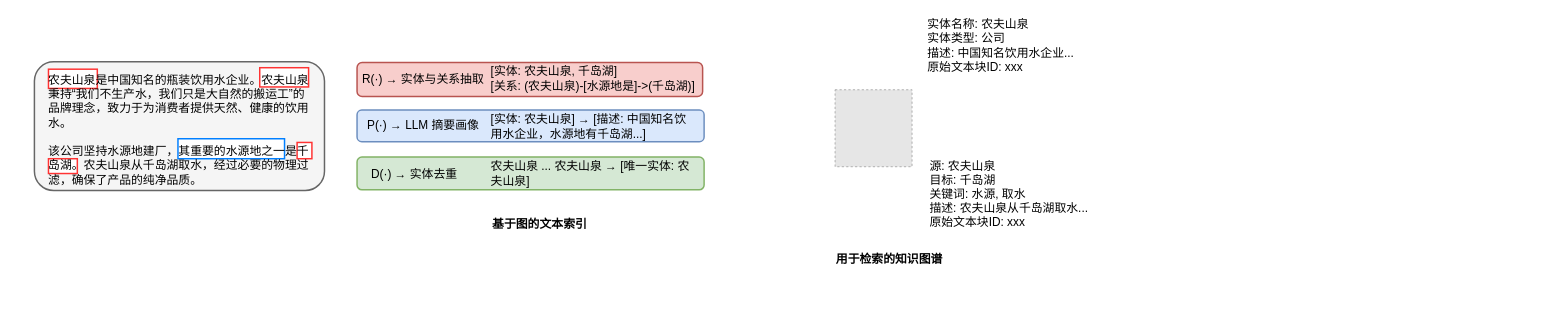
Earlier version of the draw.io diagram diagrams/overall_architecture_of_the_lightrag_framework.drawio (real-jiakai/draw). Source tidied: cells renumbered, new cells numbered last; positions are measured from the earlier drawing's top-left corner, leaving out a move shared by most shapes. Both pictures are drawn from the tidied source at 74%, with x=0, y=0 at pixel (34, 13). Pictures stored in the file or linked from it are replaced by grey dashed boxes.
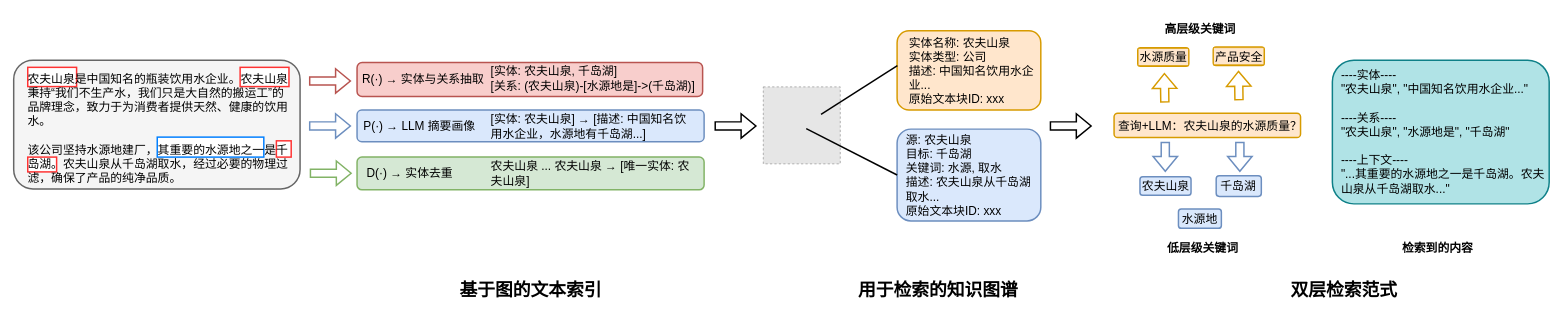
After the change.

Change to the diagram source:
```diff
@@
+    <mxCell id="23" style="rounded=1;whiteSpace=wrap;html=1;fillColor=#b0e3e6;strokeColor=#0e8088;strokeWidth=2;" parent="1" vertex="1">
+      <mxGeometry x="1754" y="64" width="293" height="194" as="geometry" />
+    </mxCell>
+    <mxCell id="24" style="rounded=1;whiteSpace=wrap;html=1;fillColor=#dae8fc;strokeColor=#6c8ebf;strokeWidth=2;" parent="1" vertex="1">
+      <mxGeometry x="1494" y="221.5" width="69" height="25" as="geometry" />
+    </mxCell>
+    <mxCell id="25" style="rounded=1;whiteSpace=wrap;html=1;fillColor=#ffe6cc;strokeColor=#d79b00;strokeWidth=2;" parent="1" vertex="1">
+      <mxGeometry x="1459" y="135.4" width="252" height="33" as="geometry" />
+    </mxCell>
+    <mxCell id="26" style="rounded=1;whiteSpace=wrap;html=1;fillColor=#dae8fc;strokeColor=#6c8ebf;strokeWidth=2;" parent="1" vertex="1">
+      <mxGeometry x="1165.8" y="157" width="194.2" height="124" as="geometry" />
+    </mxCell>
+    <mxCell id="27" style="rounded=1;whiteSpace=wrap;html=1;fillColor=#ffe6cc;strokeColor=#d79b00;strokeWidth=2;" parent="1" vertex="1">
+      <mxGeometry x="1165.8" y="24.2" width="194.2" height="107" as="geometry" />
+    </mxCell>
@@
     <mxCell id="5" style="rounded=1;whiteSpace=wrap;html=1;fillColor=#f5f5f5;fontColor=#333333;strokeColor=#666666;strokeWidth=2;" parent="1" vertex="1">
-      <mxGeometry y="66" width="392" height="174" as="geometry" />
+      <mxGeometry x="-28" y="63.8" width="387" height="174" as="geometry" />
     </mxCell>
     <mxCell id="6" style="rounded=0;whiteSpace=wrap;html=1;strokeColor=#007FFF;strokeWidth=2;" parent="1" vertex="1">
-      <mxGeometry x="194" y="170" width="144" height="27" as="geometry" />
+      <mxGeometry x="166" y="167.8" width="144" height="27" as="geometry" />
     </mxCell>
     <mxCell id="7" style="rounded=0;whiteSpace=wrap;html=1;strokeColor=#FF3333;strokeWidth=2;" parent="1" vertex="1">
-      <mxGeometry x="19" y="197" width="39" height="20" as="geometry" />
+      <mxGeometry x="-9" y="194.8" width="39" height="20" as="geometry" />
     </mxCell>
     <mxCell id="8" style="rounded=0;whiteSpace=wrap;html=1;strokeColor=#FF3333;strokeWidth=2;" parent="1" vertex="1">
-      <mxGeometry x="355" y="175" width="20" height="22" as="geometry" />
+      <mxGeometry x="327" y="172.8" width="20" height="22" as="geometry" />
     </mxCell>
     <mxCell id="9" style="rounded=0;whiteSpace=wrap;html=1;strokeColor=#FF3333;strokeWidth=2;" parent="1" vertex="1">
-      <mxGeometry x="304.5" y="74" width="66" height="26" as="geometry" />
+      <mxGeometry x="278" y="73.5" width="66" height="26" as="geometry" />
     </mxCell>
     <mxCell id="10" style="rounded=0;whiteSpace=wrap;html=1;strokeColor=#FF3333;strokeWidth=2;" parent="1" vertex="1">
-      <mxGeometry x="19" y="76" width="66" height="26" as="geometry" />
+      <mxGeometry x="-9" y="73.5" width="66" height="26" as="geometry" />
     </mxCell>
     <mxCell id="11" value="&lt;span style=&quot;font-size: 16px;&quot;&gt;农夫山泉是中国知名的瓶装饮用水企业。农夫山泉秉持“我们不生产水，我们只是大自然的搬运工”的品牌理念，致力于为消费者提供天然、健康的饮用水。&lt;/span&gt;&lt;div&gt;&lt;span style=&quot;font-size: 16px;&quot;&gt;&lt;br&gt;&lt;/span&gt;&lt;/div&gt;&lt;div&gt;&lt;span style=&quot;font-size: 16px;&quot;&gt;该公司坚持水源地建厂，其重要的水源地之一是千岛湖。农夫山泉从千岛湖取水，经过必要的物理过滤，确保了产品的纯净品质。&lt;/span&gt;&lt;/div&gt;" style="text;html=1;align=left;verticalAlign=middle;whiteSpace=wrap;rounded=0;" parent="1" vertex="1">
-      <mxGeometry x="17" y="83" width="358" height="150" as="geometry" />
+      <mxGeometry x="-11" y="80.8" width="358" height="150" as="geometry" />
     </mxCell>
@@
     <mxCell id="14" value="&lt;span style=&quot;font-size: 16px;&quot;&gt;P(·) → LLM 摘要画像&lt;/span&gt;" style="text;html=1;align=center;verticalAlign=middle;whiteSpace=wrap;rounded=0;" parent="1" vertex="1">
-      <mxGeometry x="436" y="135.8" width="179" height="30" as="geometry" />
+      <mxGeometry x="441" y="137.6" width="159" height="30" as="geometry" />
     </mxCell>
@@
     <mxCell id="16" value="&lt;span style=&quot;font-size: 16px;&quot;&gt;D(·) → 实体去重&lt;/span&gt;" style="text;html=1;align=center;verticalAlign=middle;whiteSpace=wrap;rounded=0;" parent="1" vertex="1">
-      <mxGeometry x="447" y="201.9" width="133" height="30" as="geometry" />
+      <mxGeometry x="441" y="200.8" width="133" height="30" as="geometry" />
     </mxCell>
@@
-    <mxCell id="18" value="&lt;font style=&quot;font-size: 16px;&quot;&gt;&lt;b&gt;基于图的文本索引&lt;/b&gt;&lt;/font&gt;" style="text;html=1;align=center;verticalAlign=middle;whiteSpace=wrap;rounded=0;" parent="1" vertex="1">
-      <mxGeometry x="616.5" y="269" width="131.5" height="31" as="geometry" />
+    <mxCell id="18" value="&lt;font style=&quot;font-size: 24px;&quot;&gt;&lt;b style=&quot;&quot;&gt;基于图的文本索引&lt;/b&gt;&lt;/font&gt;" style="text;html=1;align=center;verticalAlign=middle;whiteSpace=wrap;rounded=0;" parent="1" vertex="1">
+      <mxGeometry x="570.5" y="359" width="200" height="31" as="geometry" />
     </mxCell>
     <mxCell id="19" style="fillColor=#E6E6E6;strokeColor=#999999;dashed=1;verticalLabelPosition=bottom;labelBackgroundColor=default;verticalAlign=top;" parent="1" vertex="1">
-      <mxGeometry x="1082" y="103.8" width="104" height="104" as="geometry" />
+      <mxGeometry x="985" y="99.9" width="104" height="104" as="geometry" />
     </mxCell>
     <mxCell id="20" value="&lt;div&gt;&lt;span style=&quot;font-size: 16px;&quot;&gt;实体名称: 农夫山泉&lt;/span&gt;&lt;/div&gt;&lt;div&gt;&lt;span style=&quot;font-size: 16px;&quot;&gt;实体类型: 公司&lt;/span&gt;&lt;/div&gt;&lt;div&gt;&lt;span style=&quot;font-size: 16px;&quot;&gt;描述: 中国知名饮用水企业...&lt;/span&gt;&lt;/div&gt;&lt;div&gt;&lt;span style=&quot;font-size: 16px;&quot;&gt;原始文本块ID: xxx&lt;/span&gt;&lt;/div&gt;" style="text;html=1;align=left;verticalAlign=middle;whiteSpace=wrap;rounded=0;" parent="1" vertex="1">
-      <mxGeometry x="1205" width="224" height="87" as="geometry" />
+      <mxGeometry x="1180.1" y="34.2" width="188.2" height="87" as="geometry" />
     </mxCell>
     <mxCell id="21" value="&lt;div&gt;&lt;span style=&quot;font-size: 16px;&quot;&gt;源: 农夫山泉&lt;/span&gt;&lt;/div&gt;&lt;div&gt;&lt;span style=&quot;font-size: 16px;&quot;&gt;目标: 千岛湖&lt;/span&gt;&lt;/div&gt;&lt;div&gt;&lt;span style=&quot;font-size: 16px;&quot;&gt;关键词: 水源, 取水&lt;/span&gt;&lt;/div&gt;&lt;div&gt;&lt;span style=&quot;font-size: 16px;&quot;&gt;描述: 农夫山泉从千岛湖取水...&lt;/span&gt;&lt;/div&gt;&lt;div&gt;&lt;span style=&quot;font-size: 16px;&quot;&gt;原始文本块ID: xxx&lt;/span&gt;&lt;/div&gt;" style="text;html=1;align=left;verticalAlign=middle;whiteSpace=wrap;rounded=0;" parent="1" vertex="1">
-      <mxGeometry x="1208" y="190" width="226" height="110" as="geometry" />
+      <mxGeometry x="1176" y="164" width="172" height="110" as="geometry" />
     </mxCell>
-    <mxCell id="22" value="&lt;span style=&quot;font-size: 16px;&quot;&gt;&lt;b&gt;用于检索的知识图谱&lt;/b&gt;&lt;/span&gt;" style="text;html=1;align=center;verticalAlign=middle;whiteSpace=wrap;rounded=0;" parent="1" vertex="1">
-      <mxGeometry x="1077" y="317" width="157" height="31" as="geometry" />
+    <mxCell id="22" value="&lt;b style=&quot;&quot;&gt;&lt;font style=&quot;font-size: 24px;&quot;&gt;用于检索的知识图谱&lt;/font&gt;&lt;/b&gt;" style="text;html=1;align=center;verticalAlign=middle;whiteSpace=wrap;rounded=0;" parent="1" vertex="1">
+      <mxGeometry x="1111" y="359" width="221" height="31" as="geometry" />
     </mxCell>
+    <mxCell id="28" style="endArrow=none;html=1;rounded=0;entryX=0.002;entryY=0.439;entryDx=0;entryDy=0;strokeWidth=2;entryPerimeter=0;" parent="1" edge="1" target="27">
+      <mxGeometry relative="1" as="geometry">
+        <mxPoint x="1063" y="137.1" as="sourcePoint" />
+      </mxGeometry>
+    </mxCell>
+    <mxCell id="29" style="endArrow=none;html=1;rounded=0;entryX=0;entryY=0.5;entryDx=0;entryDy=0;strokeWidth=2;" parent="1" edge="1" target="26">
+      <mxGeometry relative="1" as="geometry">
+        <mxPoint x="1043" y="156.4" as="sourcePoint" />
+      </mxGeometry>
+    </mxCell>
+    <mxCell id="30" value="&lt;b style=&quot;&quot;&gt;&lt;font style=&quot;font-size: 24px;&quot;&gt;双层检索范式&lt;/font&gt;&lt;/b&gt;" style="text;html=1;align=center;verticalAlign=middle;whiteSpace=wrap;rounded=0;" parent="1" vertex="1">
+      <mxGeometry x="1672" y="359" width="196" height="31" as="geometry" />
+    </mxCell>
+    <mxCell id="31" value="&lt;font style=&quot;font-size: 16px;&quot;&gt;查询+LLM：农夫山泉的水源质量？&lt;/font&gt;" style="text;html=1;align=center;verticalAlign=middle;whiteSpace=wrap;rounded=0;" parent="1" vertex="1">
+      <mxGeometry x="1463" y="140.6" width="252" height="23" as="geometry" />
+    </mxCell>
+    <mxCell id="32" value="&lt;span style=&quot;font-size: 16px;&quot;&gt;&lt;b&gt;低层级关键词&lt;/b&gt;&lt;/span&gt;" style="text;html=1;align=center;verticalAlign=middle;whiteSpace=wrap;rounded=0;" parent="1" vertex="1">
+      <mxGeometry x="1528" y="306" width="102" height="23" as="geometry" />
+    </mxCell>
+    <mxCell id="33" value="&lt;span style=&quot;font-size: 16px;&quot;&gt;农夫山泉&lt;/span&gt;" style="text;html=1;align=center;verticalAlign=middle;whiteSpace=wrap;rounded=0;" parent="1" vertex="1">
+      <mxGeometry x="1494.5" y="222.5" width="68" height="23" as="geometry" />
+    </mxCell>
+    <mxCell id="34" value="&lt;span style=&quot;font-size: 16px;&quot;&gt;&lt;b&gt;高层级关键词&lt;/b&gt;&lt;/span&gt;" style="text;html=1;align=center;verticalAlign=middle;whiteSpace=wrap;rounded=0;" parent="1" vertex="1">
+      <mxGeometry x="1518.8" y="9" width="112.5" height="23" as="geometry" />
+    </mxCell>
+    <mxCell id="35" value="&lt;span style=&quot;font-size: 16px;&quot;&gt;&lt;b&gt;检索到的内容&lt;/b&gt;&lt;/span&gt;" style="text;html=1;align=center;verticalAlign=middle;whiteSpace=wrap;rounded=0;" parent="1" vertex="1">
+      <mxGeometry x="1818" y="302" width="157" height="31" as="geometry" />
+    </mxCell>
+    <mxCell id="36" value="&lt;div&gt;&lt;span style=&quot;font-size: 16px;&quot;&gt;----实体----&lt;/span&gt;&lt;/div&gt;&lt;div&gt;&lt;span style=&quot;font-size: 16px;&quot;&gt;&quot;农夫山泉&quot;, &quot;中国知名饮用水企业...&quot;&lt;/span&gt;&lt;/div&gt;&lt;div&gt;&lt;span style=&quot;font-size: 16px;&quot;&gt;&lt;br&gt;&lt;/span&gt;&lt;/div&gt;&lt;div&gt;&lt;span style=&quot;font-size: 16px;&quot;&gt;----关系----&lt;/span&gt;&lt;/div&gt;&lt;div&gt;&lt;span style=&quot;font-size: 16px;&quot;&gt;&quot;农夫山泉&quot;, &quot;水源地是&quot;, &quot;千岛湖&quot;&lt;/span&gt;&lt;/div&gt;&lt;div&gt;&lt;span style=&quot;font-size: 16px;&quot;&gt;&lt;br&gt;&lt;/span&gt;&lt;/div&gt;&lt;div&gt;&lt;span style=&quot;font-size: 16px;&quot;&gt;----上下文----&lt;/span&gt;&lt;/div&gt;&lt;div&gt;&lt;span style=&quot;font-size: 16px;&quot;&gt;&quot;...其重要的水源地之一是千岛湖。农夫山泉从千岛湖取水...&quot;&lt;/span&gt;&lt;/div&gt;" style="text;html=1;align=left;verticalAlign=middle;whiteSpace=wrap;rounded=0;" parent="1" vertex="1">
+      <mxGeometry x="1764" y="73.8" width="287" height="174" as="geometry" />
+    </mxCell>
+    <mxCell id="37" style="shape=flexArrow;endArrow=classic;html=1;rounded=0;strokeWidth=2;" parent="1" edge="1">
+      <mxGeometry relative="1" as="geometry">
+        <mxPoint x="919" y="152.7" as="sourcePoint" />
+        <mxPoint x="976" y="152.7" as="targetPoint" />
+      </mxGeometry>
+    </mxCell>
+    <mxCell id="38" style="shape=flexArrow;endArrow=classic;html=1;rounded=0;strokeWidth=2;fillColor=none;strokeColor=#b85450;" parent="1" edge="1">
+      <mxGeometry relative="1" as="geometry">
+        <mxPoint x="371" y="91.9" as="sourcePoint" />
+        <mxPoint x="428" y="91.9" as="targetPoint" />
+      </mxGeometry>
+    </mxCell>
+    <mxCell id="39" style="shape=flexArrow;endArrow=classic;html=1;rounded=0;strokeWidth=2;fillColor=none;strokeColor=#6c8ebf;" parent="1" edge="1">
+      <mxGeometry relative="1" as="geometry">
+        <mxPoint x="371" y="152.7" as="sourcePoint" />
+        <mxPoint x="428" y="152.7" as="targetPoint" />
+      </mxGeometry>
+    </mxCell>
+    <mxCell id="40" style="shape=flexArrow;endArrow=classic;html=1;rounded=0;strokeWidth=2;fillColor=none;strokeColor=#82b366;" parent="1" edge="1">
+      <mxGeometry relative="1" as="geometry">
+        <mxPoint x="372" y="216.6" as="sourcePoint" />
+        <mxPoint x="429" y="216.6" as="targetPoint" />
+      </mxGeometry>
+    </mxCell>
+    <mxCell id="41" style="shape=flexArrow;endArrow=classic;html=1;rounded=0;strokeWidth=2;" parent="1" edge="1">
+      <mxGeometry relative="1" as="geometry">
+        <mxPoint x="1372" y="152.7" as="sourcePoint" />
+        <mxPoint x="1429" y="152.7" as="targetPoint" />
+      </mxGeometry>
+    </mxCell>
+    <mxCell id="42" style="rounded=1;whiteSpace=wrap;html=1;fillColor=#dae8fc;strokeColor=#6c8ebf;strokeWidth=2;" parent="1" vertex="1">
+      <mxGeometry x="1597" y="220" width="61" height="28" as="geometry" />
+    </mxCell>
+    <mxCell id="43" value="&lt;span style=&quot;font-size: 16px;&quot;&gt;千岛湖&lt;/span&gt;" style="text;html=1;align=center;verticalAlign=middle;whiteSpace=wrap;rounded=0;" parent="1" vertex="1">
+      <mxGeometry x="1598.8" y="222" width="55.5" height="23" as="geometry" />
+    </mxCell>
+    <mxCell id="44" style="rounded=1;whiteSpace=wrap;html=1;fillColor=#dae8fc;strokeColor=#6c8ebf;strokeWidth=2;" parent="1" vertex="1">
+      <mxGeometry x="1546" y="265" width="58" height="26" as="geometry" />
+    </mxCell>
+    <mxCell id="45" value="&lt;span style=&quot;font-size: 16px;&quot;&gt;水源地&lt;/span&gt;" style="text;html=1;align=center;verticalAlign=middle;whiteSpace=wrap;rounded=0;" parent="1" vertex="1">
+      <mxGeometry x="1547.2" y="266" width="55.5" height="23" as="geometry" />
+    </mxCell>
+    <mxCell id="46" style="shape=flexArrow;endArrow=classic;html=1;rounded=0;strokeWidth=2;fillColor=none;strokeColor=#6c8ebf;" parent="1" edge="1">
+      <mxGeometry relative="1" as="geometry">
+        <mxPoint x="1528.2" y="174" as="sourcePoint" />
+        <mxPoint x="1528.2" y="215" as="targetPoint" />
+      </mxGeometry>
+    </mxCell>
+    <mxCell id="47" style="shape=flexArrow;endArrow=classic;html=1;rounded=0;strokeWidth=2;fillColor=none;strokeColor=#6c8ebf;" parent="1" edge="1">
+      <mxGeometry relative="1" as="geometry">
+        <mxPoint x="1629" y="174" as="sourcePoint" />
+        <mxPoint x="1629" y="215" as="targetPoint" />
+      </mxGeometry>
+    </mxCell>
+    <mxCell id="48" style="shape=flexArrow;endArrow=classic;html=1;rounded=0;strokeWidth=2;fillColor=none;strokeColor=#d79b00;" parent="1" edge="1">
+      <mxGeometry relative="1" as="geometry">
+        <mxPoint x="1527.6" y="121.2" as="sourcePoint" />
+        <mxPoint x="1527" y="81" as="targetPoint" />
+      </mxGeometry>
+    </mxCell>
+    <mxCell id="49" style="shape=flexArrow;endArrow=classic;html=1;rounded=0;strokeWidth=2;fillColor=none;strokeColor=#d79b00;" parent="1" edge="1">
+      <mxGeometry relative="1" as="geometry">
+        <mxPoint x="1627.8" y="118.2" as="sourcePoint" />
+        <mxPoint x="1627.2" y="78" as="targetPoint" />
+      </mxGeometry>
+    </mxCell>
+    <mxCell id="50" style="rounded=1;whiteSpace=wrap;html=1;fillColor=#ffe6cc;strokeColor=#d79b00;strokeWidth=2;" parent="1" vertex="1">
+      <mxGeometry x="1491" y="47" width="69" height="25" as="geometry" />
+    </mxCell>
+    <mxCell id="51" value="&lt;span style=&quot;font-size: 16px;&quot;&gt;水源质量&lt;/span&gt;" style="text;html=1;align=center;verticalAlign=middle;whiteSpace=wrap;rounded=0;fillColor=#ffe6cc;strokeColor=#d79b00;" parent="1" vertex="1">
+      <mxGeometry x="1491.5" y="48" width="68" height="23" as="geometry" />
+    </mxCell>
+    <mxCell id="52" style="rounded=1;whiteSpace=wrap;html=1;fillColor=#ffe6cc;strokeColor=#d79b00;strokeWidth=2;" parent="1" vertex="1">
+      <mxGeometry x="1593" y="46" width="69" height="25" as="geometry" />
+    </mxCell>
+    <mxCell id="53" value="&lt;span style=&quot;font-size: 16px;&quot;&gt;产品安全&lt;/span&gt;" style="text;html=1;align=center;verticalAlign=middle;whiteSpace=wrap;rounded=0;fillColor=#ffe6cc;strokeColor=#d79b00;" parent="1" vertex="1">
+      <mxGeometry x="1593.5" y="47" width="68" height="23" as="geometry" />
+    </mxCell>
```
